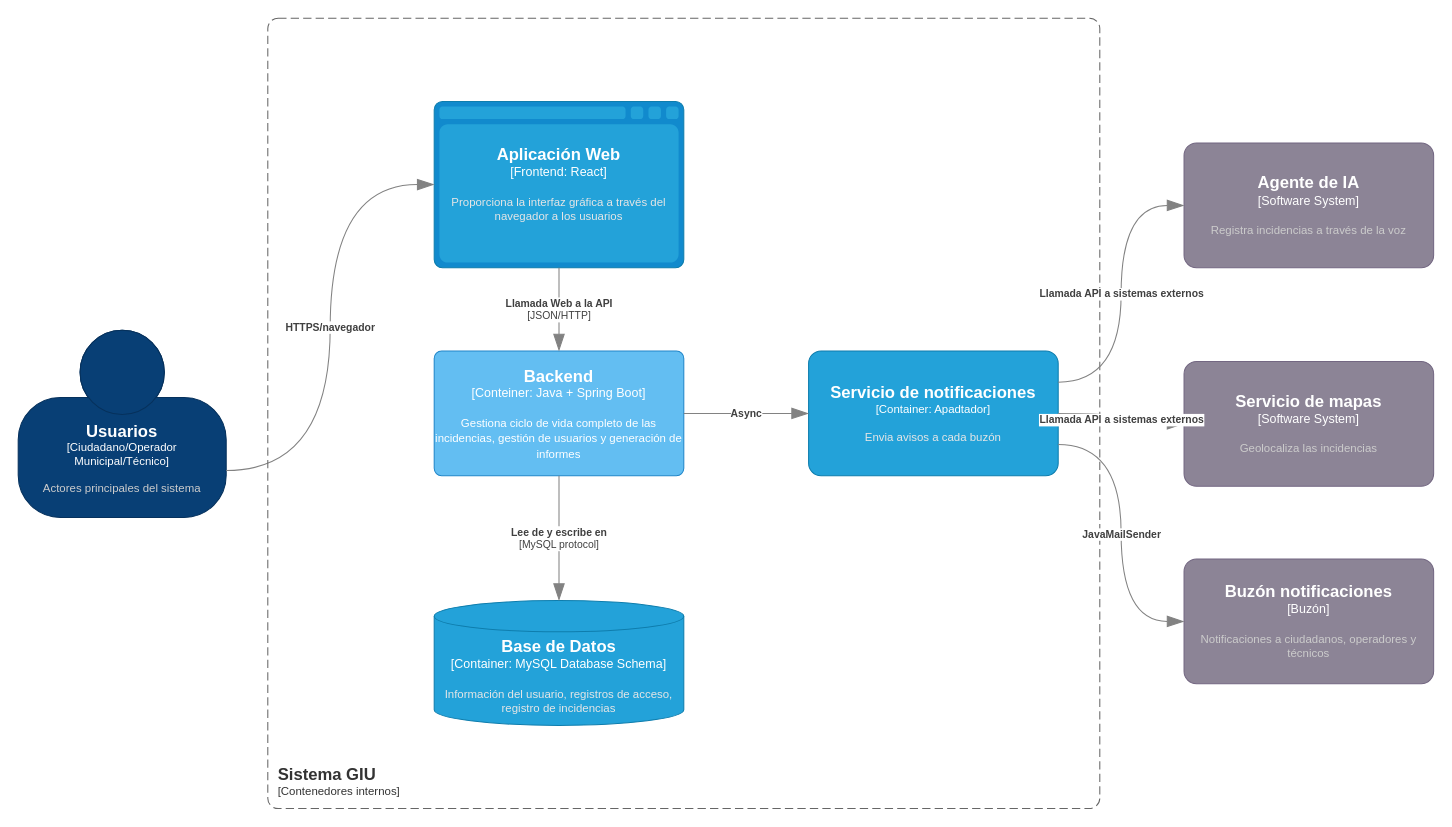
Earlier version of the draw.io diagram Diagrams/DiagramaC4(Nivel2).drawio (javimoralesg/UrbanDesk). Source tidied: cells renumbered, new cells numbered last; positions are measured from the earlier drawing's top-left corner, leaving out a move shared by most shapes. Both pictures are drawn from the tidied source at 104%, with x=0, y=0 at pixel (18, 18).
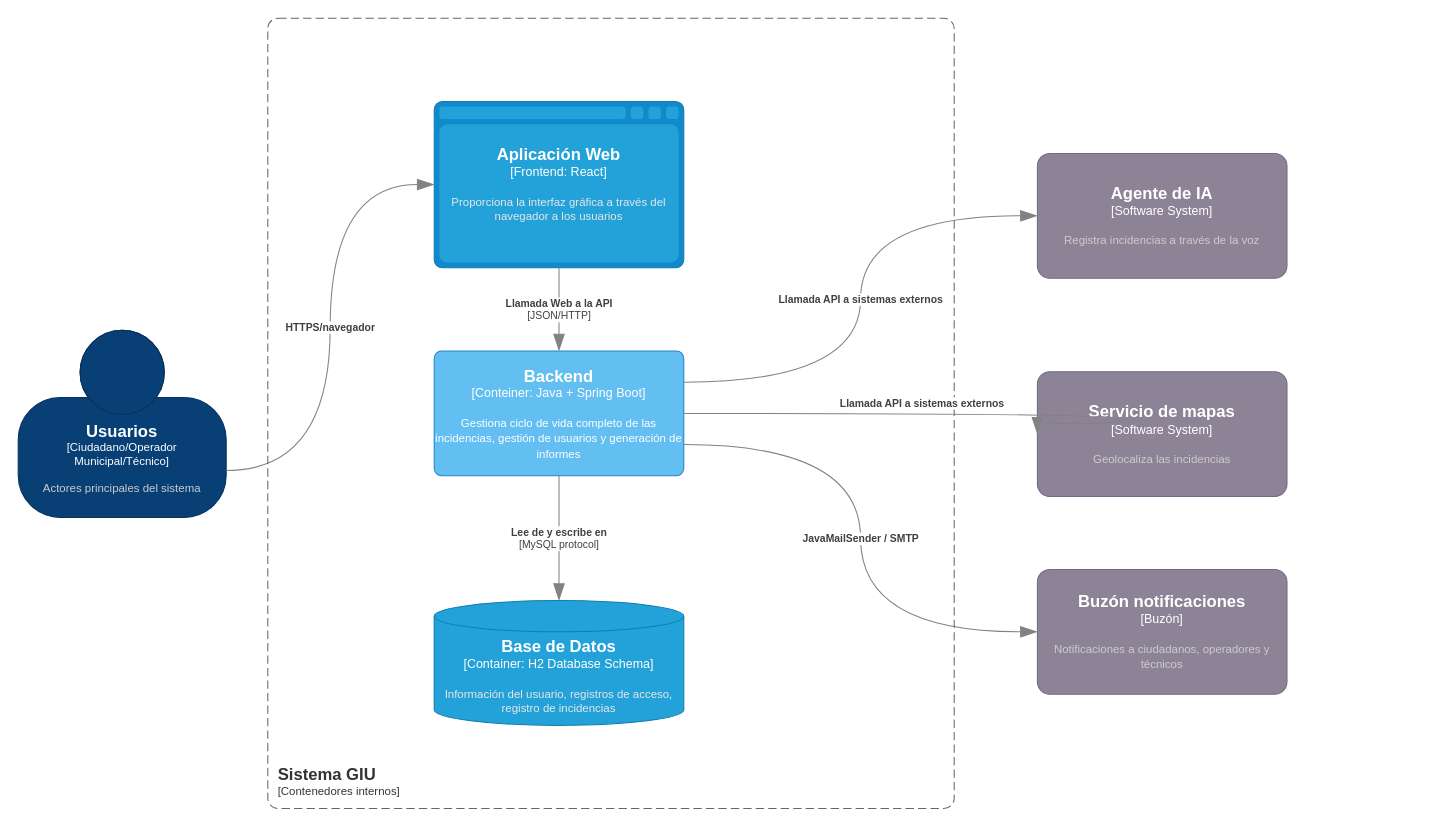
The same diagram, later.

Commit message:
Actualizar diagrama C4 Nivel 2

The change refers to these unchanged cells:
```xml
<object id="3" label="&lt;font style=&quot;font-size: 16px&quot;&gt;&lt;b&gt;%c4Name%&lt;/b&gt;&lt;/font&gt;&lt;div&gt;[%c4Type%: %c4Technology%]&lt;/div&gt;&lt;br&gt;&lt;div&gt;&lt;font style=&quot;font-size: 11px&quot;&gt;%c4Description%&lt;/font&gt;&lt;/div&gt;" c4Description="Gestiona ciclo de vida completo de las incidencias, gestión de usuarios y generación de informes" c4Name="Backend" c4Technology="Java + Spring Boot" c4Type="Conteiner" placeholders="1">
  <mxCell style="rounded=1;whiteSpace=wrap;html=1;labelBackgroundColor=none;fillColor=#63BEF2;fontColor=#ffffff;align=center;arcSize=6;strokeColor=#2086C9;points=[[0.25,0,0],[0.5,0,0],[0.75,0,0],[1,0.25,0],[1,0.5,0],[1,0.75,0],[0.75,1,0],[0.5,1,0],[0.25,1,0],[0,0.75,0],[0,0.5,0],[0,0.25,0]];" parent="1" vertex="1">
    <mxGeometry x="400" y="320" width="240" height="120" as="geometry" />
  </mxCell>
</object>
```

Change to the diagram source:
```diff
@@
-    <object id="2" label="&lt;font style=&quot;font-size: 16px&quot;&gt;&lt;b&gt;%c4Name%&lt;/b&gt;&lt;/font&gt;&lt;div&gt;[%c4Type%:&amp;nbsp;%c4Technology%]&lt;/div&gt;&lt;br&gt;&lt;div&gt;&lt;font style=&quot;font-size: 11px&quot;&gt;&lt;font color=&quot;#E6E6E6&quot;&gt;%c4Description%&lt;/font&gt;&lt;/div&gt;" c4Description="Información del usuario, registros de acceso, registro de incidencias" c4Name="Base de Datos" c4Technology="MySQL Database Schema" c4Type="Container" placeholders="1">
+    <object id="2" label="&lt;font style=&quot;font-size: 16px&quot;&gt;&lt;b&gt;%c4Name%&lt;/b&gt;&lt;/font&gt;&lt;div&gt;[%c4Type%:&amp;nbsp;%c4Technology%]&lt;/div&gt;&lt;br&gt;&lt;div&gt;&lt;font style=&quot;font-size: 11px&quot;&gt;&lt;font color=&quot;#E6E6E6&quot;&gt;%c4Description%&lt;/font&gt;&lt;/div&gt;" c4Description="Información del usuario, registros de acceso, registro de incidencias" c4Name="Base de Datos" c4Technology="H2 Database Schema" c4Type="Container" placeholders="1">
       <mxCell style="shape=cylinder3;size=15;whiteSpace=wrap;html=1;boundedLbl=1;rounded=0;labelBackgroundColor=none;fillColor=#23A2D9;fontSize=12;fontColor=#ffffff;align=center;strokeColor=#0E7DAD;points=[[0.5,0,0],[1,0.25,0],[1,0.5,0],[1,0.75,0],[0.5,1,0],[0,0.75,0],[0,0.5,0],[0,0.25,0]];" parent="1" vertex="1">
         <mxGeometry x="400" y="560" width="240" height="120" as="geometry" />
       </mxCell>
     </object>
@@
-    <object id="6" label="&lt;font style=&quot;font-size: 16px&quot;&gt;&lt;b&gt;%c4Name%&lt;/b&gt;&lt;/font&gt;&lt;div&gt;[%c4Type%: %c4Technology%]&lt;/div&gt;&lt;br&gt;&lt;div&gt;&lt;font style=&quot;font-size: 11px&quot;&gt;&lt;font color=&quot;#E6E6E6&quot;&gt;%c4Description%&lt;/font&gt;&lt;/div&gt;" c4Description="Envia avisos a cada buzón" c4Name="Servicio de notificaciones" c4Technology="Apadtador" c4Type="Container" placeholders="1">
-      <mxCell style="rounded=1;whiteSpace=wrap;html=1;fontSize=11;labelBackgroundColor=none;fillColor=#23A2D9;fontColor=#ffffff;align=center;arcSize=10;strokeColor=#0E7DAD;points=[[0.25,0,0],[0.5,0,0],[0.75,0,0],[1,0.25,0],[1,0.5,0],[1,0.75,0],[0.75,1,0],[0.5,1,0],[0.25,1,0],[0,0.75,0],[0,0.5,0],[0,0.25,0]];" parent="1" vertex="1">
-        <mxGeometry x="760" y="320" width="240" height="120" as="geometry" />
-      </mxCell>
-    </object>
@@
-    <object id="8" label="&lt;div style=&quot;text-align: left&quot;&gt;&lt;div style=&quot;text-align: center&quot;&gt;&lt;b&gt;%c4Description%&lt;/b&gt;&lt;/div&gt;" c4Description="Async" placeholders="1">
-      <mxCell style="endArrow=blockThin;html=1;fontSize=10;fontColor=#404040;strokeWidth=1;endFill=1;strokeColor=#828282;elbow=vertical;endSize=14;startSize=14;jumpStyle=arc;jumpSize=16;rounded=0;edgeStyle=orthogonalEdgeStyle;curved=1;exitX=1;exitY=0.5;exitDx=0;exitDy=0;exitPerimeter=0;entryX=0;entryY=0.5;entryDx=0;entryDy=0;entryPerimeter=0;" parent="1" edge="1" source="3" target="6">
-        <mxGeometry relative="1" as="geometry" />
-      </mxCell>
-    </object>
@@
     <object id="11" label="&lt;font style=&quot;font-size: 16px&quot;&gt;&lt;b&gt;%c4Name%&lt;/b&gt;&lt;/font&gt;&lt;div&gt;[%c4Type%]&lt;/div&gt;&lt;br&gt;&lt;div&gt;&lt;font style=&quot;font-size: 11px&quot;&gt;&lt;font color=&quot;#cccccc&quot;&gt;%c4Description%&lt;/font&gt;&lt;/div&gt;" c4Description="Registra incidencias a través de la voz" c4Name="Agente de IA" c4Type="Software System" placeholders="1">
       <mxCell style="rounded=1;whiteSpace=wrap;html=1;labelBackgroundColor=none;fillColor=#8C8496;fontColor=#ffffff;align=center;arcSize=10;strokeColor=#736782;points=[[0.25,0,0],[0.5,0,0],[0.75,0,0],[1,0.25,0],[1,0.5,0],[1,0.75,0],[0.75,1,0],[0.5,1,0],[0.25,1,0],[0,0.75,0],[0,0.5,0],[0,0.25,0]];" parent="1" vertex="1">
-        <mxGeometry x="1121" y="120" width="240" height="120" as="geometry" />
+        <mxGeometry x="980" y="130" width="240" height="120" as="geometry" />
       </mxCell>
     </object>
     <object id="12" label="&lt;font style=&quot;font-size: 16px&quot;&gt;&lt;b&gt;%c4Name%&lt;/b&gt;&lt;/font&gt;&lt;div&gt;[%c4Type%]&lt;/div&gt;&lt;br&gt;&lt;div&gt;&lt;font style=&quot;font-size: 11px&quot;&gt;&lt;font color=&quot;#cccccc&quot;&gt;%c4Description%&lt;/font&gt;&lt;/div&gt;" c4Description="Geolocaliza las incidencias" c4Name="Servicio de mapas" c4Type="Software System" placeholders="1">
       <mxCell style="rounded=1;whiteSpace=wrap;html=1;labelBackgroundColor=none;fillColor=#8C8496;fontColor=#ffffff;align=center;arcSize=10;strokeColor=#736782;points=[[0.25,0,0],[0.5,0,0],[0.75,0,0],[1,0.25,0],[1,0.5,0],[1,0.75,0],[0.75,1,0],[0.5,1,0],[0.25,1,0],[0,0.75,0],[0,0.5,0],[0,0.25,0]];" parent="1" vertex="1">
-        <mxGeometry x="1121" y="330" width="240" height="120" as="geometry" />
+        <mxGeometry x="980" y="340" width="240" height="120" as="geometry" />
       </mxCell>
     </object>
     <object id="13" label="&lt;font style=&quot;font-size: 16px&quot;&gt;&lt;b&gt;&lt;div style=&quot;text-align: left&quot;&gt;%c4Name%&lt;/div&gt;&lt;/b&gt;&lt;/font&gt;&lt;div style=&quot;text-align: left&quot;&gt;[%c4Application%]&lt;/div&gt;" c4Application="Contenedores internos" c4Name="Sistema GIU" placeholders="1">
       <mxCell style="rounded=1;fontSize=11;whiteSpace=wrap;html=1;dashed=1;arcSize=20;fillColor=none;strokeColor=#666666;fontColor=#333333;labelBackgroundColor=none;align=left;verticalAlign=bottom;labelBorderColor=none;spacingTop=0;spacing=10;dashPattern=8 4;perimeter=rectanglePerimeter;noLabel=0;labelPadding=0;absoluteArcSize=1;" parent="1" vertex="1">
-        <mxGeometry x="240" width="800" height="760" as="geometry" />
+        <mxGeometry x="240" width="660" height="760" as="geometry" />
       </mxCell>
     </object>
     <object id="14" label="&lt;font style=&quot;font-size: 16px&quot;&gt;&lt;b&gt;%c4Name%&lt;/b&gt;&lt;/font&gt;&lt;div&gt;[%c4Type%]&lt;/div&gt;&lt;br&gt;&lt;div&gt;&lt;font style=&quot;font-size: 11px&quot;&gt;&lt;font color=&quot;#cccccc&quot;&gt;%c4Description%&lt;/font&gt;&lt;/div&gt;" c4Description="Notificaciones a ciudadanos, operadores y técnicos" c4Name="Buzón notificaciones" c4Type="Buzón" placeholders="1">
       <mxCell style="rounded=1;whiteSpace=wrap;html=1;labelBackgroundColor=none;fillColor=#8C8496;fontColor=#ffffff;align=center;arcSize=10;strokeColor=#736782;points=[[0.25,0,0],[0.5,0,0],[0.75,0,0],[1,0.25,0],[1,0.5,0],[1,0.75,0],[0.75,1,0],[0.5,1,0],[0.25,1,0],[0,0.75,0],[0,0.5,0],[0,0.25,0]];" parent="1" vertex="1">
-        <mxGeometry x="1121" y="520" width="240" height="120" as="geometry" />
+        <mxGeometry x="980" y="530" width="240" height="120" as="geometry" />
       </mxCell>
     </object>
-    <object id="15" label="&lt;div style=&quot;text-align: left&quot;&gt;&lt;div style=&quot;text-align: center&quot;&gt;&lt;b&gt;%c4Description%&lt;/b&gt;&lt;/div&gt;" c4Description="JavaMailSender" placeholders="1">
-      <mxCell style="endArrow=blockThin;html=1;fontSize=10;fontColor=#404040;strokeWidth=1;endFill=1;strokeColor=#828282;elbow=vertical;endSize=14;startSize=14;jumpStyle=arc;jumpSize=16;rounded=0;edgeStyle=orthogonalEdgeStyle;curved=1;entryX=0;entryY=0.5;entryDx=0;entryDy=0;entryPerimeter=0;exitX=1;exitY=0.75;exitDx=0;exitDy=0;exitPerimeter=0;" parent="1" edge="1" source="6" target="14">
+    <object id="15" label="&lt;div style=&quot;text-align: left&quot;&gt;&lt;div style=&quot;text-align: center&quot;&gt;&lt;b&gt;%c4Description%&lt;/b&gt;&lt;/div&gt;" c4Description="JavaMailSender / SMTP" placeholders="1">
+      <mxCell style="endArrow=blockThin;html=1;fontSize=10;fontColor=#404040;strokeWidth=1;endFill=1;strokeColor=#828282;elbow=vertical;endSize=14;startSize=14;jumpStyle=arc;jumpSize=16;rounded=0;edgeStyle=orthogonalEdgeStyle;curved=1;entryX=0;entryY=0.5;entryDx=0;entryDy=0;entryPerimeter=0;exitX=1;exitY=0.75;exitDx=0;exitDy=0;exitPerimeter=0;" parent="1" edge="1" source="3" target="14">
         <mxGeometry relative="1" as="geometry" />
       </mxCell>
     </object>
     <object id="16" label="&lt;div style=&quot;text-align: left&quot;&gt;&lt;div style=&quot;text-align: center&quot;&gt;&lt;b&gt;%c4Description%&lt;/b&gt;&lt;/div&gt;" c4Description="Llamada API a sistemas externos" placeholders="1">
-      <mxCell style="endArrow=blockThin;html=1;fontSize=10;fontColor=#404040;strokeWidth=1;endFill=1;strokeColor=#828282;elbow=vertical;endSize=14;startSize=14;jumpStyle=arc;jumpSize=16;rounded=0;edgeStyle=orthogonalEdgeStyle;curved=1;entryX=0;entryY=0.5;entryDx=0;entryDy=0;entryPerimeter=0;exitX=1;exitY=0.25;exitDx=0;exitDy=0;exitPerimeter=0;" parent="1" edge="1" source="6" target="11">
+      <mxCell style="endArrow=blockThin;html=1;fontSize=10;fontColor=#404040;strokeWidth=1;endFill=1;strokeColor=#828282;elbow=vertical;endSize=14;startSize=14;jumpStyle=arc;jumpSize=16;rounded=0;edgeStyle=orthogonalEdgeStyle;curved=1;entryX=0;entryY=0.5;entryDx=0;entryDy=0;entryPerimeter=0;exitX=1;exitY=0.25;exitDx=0;exitDy=0;exitPerimeter=0;" parent="1" edge="1" source="3" target="11">
         <mxGeometry relative="1" as="geometry" />
       </mxCell>
     </object>
     <object id="17" label="&lt;div style=&quot;text-align: left&quot;&gt;&lt;div style=&quot;text-align: center&quot;&gt;&lt;b&gt;%c4Description%&lt;/b&gt;&lt;/div&gt;" c4Description="Llamada API a sistemas externos" placeholders="1">
-      <mxCell style="endArrow=blockThin;html=1;fontSize=10;fontColor=#404040;strokeWidth=1;endFill=1;strokeColor=#828282;elbow=vertical;endSize=14;startSize=14;jumpStyle=arc;jumpSize=16;rounded=0;edgeStyle=orthogonalEdgeStyle;curved=1;entryX=0;entryY=0.5;entryDx=0;entryDy=0;entryPerimeter=0;exitX=1;exitY=0.5;exitDx=0;exitDy=0;exitPerimeter=0;" parent="1" edge="1" source="6" target="12">
-        <mxGeometry relative="1" as="geometry" />
+      <mxCell style="endArrow=blockThin;html=1;fontSize=10;fontColor=#404040;strokeWidth=1;endFill=1;strokeColor=#828282;elbow=vertical;endSize=14;startSize=14;jumpStyle=arc;jumpSize=16;rounded=0;edgeStyle=orthogonalEdgeStyle;curved=1;entryX=0;entryY=0.5;entryDx=0;entryDy=0;entryPerimeter=0;exitX=1;exitY=0.5;exitDx=0;exitDy=0;exitPerimeter=0;" parent="1" edge="1" source="3" target="12">
+        <mxGeometry x="-0.12" y="10" relative="1" as="geometry">
+          <Array as="points">
+            <mxPoint x="1060" y="380" />
+            <mxPoint x="1060" y="390" />
+          </Array>
+        </mxGeometry>
       </mxCell>
     </object>
```
